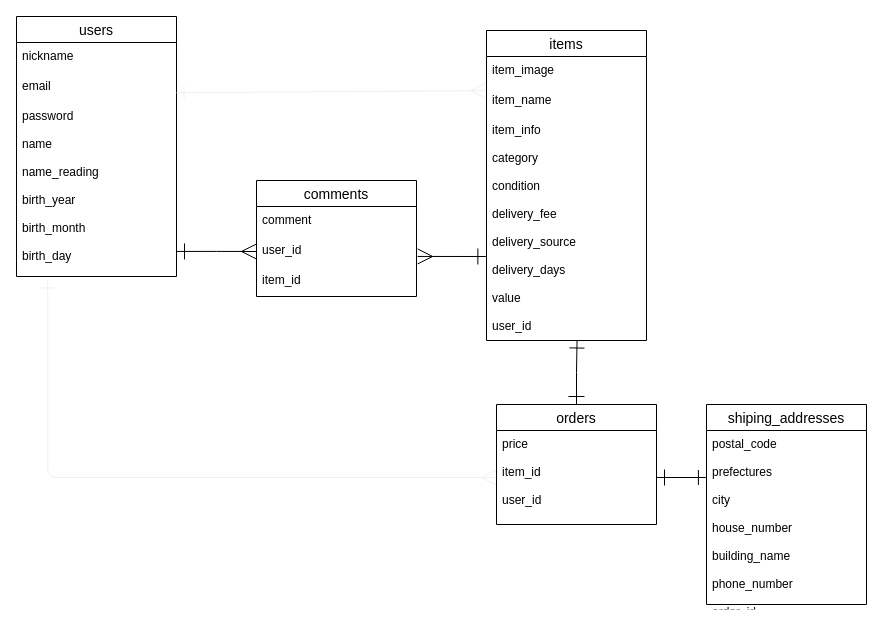
tsurukame1989/furima-29136 keeps this draw.io diagram as ER.dio. Above is the earlier version. Source tidied: cells renumbered, new cells numbered last; positions are measured from the earlier drawing's top-left corner, leaving out a move shared by most shapes. Both pictures are drawn from the tidied source at 100%, with x=0, y=0 at pixel (16, 16).
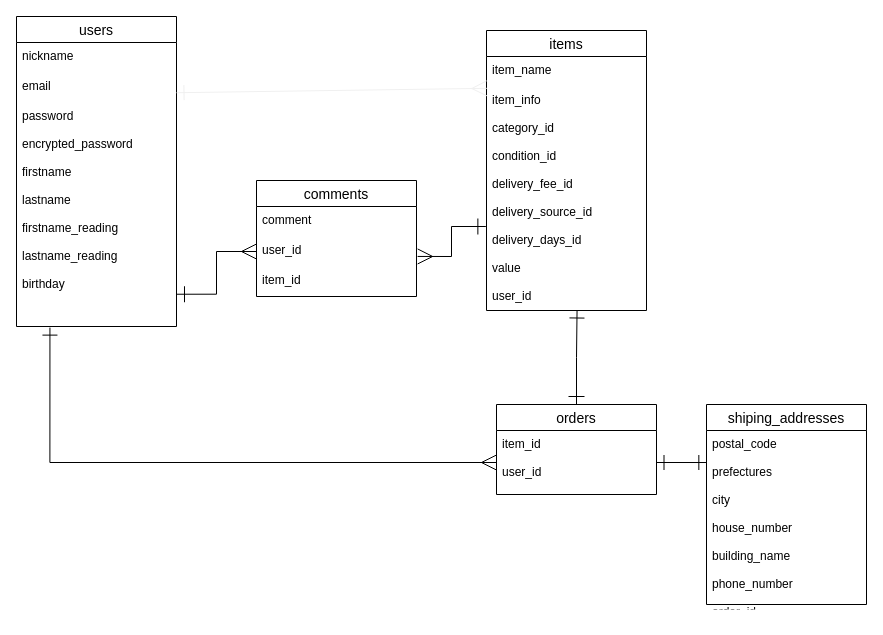
The same page after the edit.

Commit message (it also covers changes not shown here):
READMEテーブル設計#2

レビューで修正指示を貰った箇所の修正

Unchanged cells that the change refers to:
```xml
<mxCell id="12" value="email" style="text;strokeColor=none;fillColor=none;spacingLeft=4;spacingRight=4;overflow=hidden;points=[[0,0.5],[1,0.5]];portConstraint=eastwest;fontSize=12;" parent="10" vertex="1">
  <mxGeometry y="56" width="160" height="30" as="geometry" />
</mxCell>
<mxCell id="16" value="user_id" style="text;strokeColor=none;fillColor=none;spacingLeft=4;spacingRight=4;overflow=hidden;points=[[0,0.5],[1,0.5]];portConstraint=eastwest;fontSize=12;" parent="14" vertex="1">
  <mxGeometry y="56" width="160" height="30" as="geometry" />
</mxCell>
<mxCell id="20" value="postal_code&#10;&#10;prefectures&#10;&#10;city&#10;&#10;house_number&#10;&#10;building_name&#10;&#10;phone_number&#10;&#10;order_id" style="text;strokeColor=none;fillColor=none;spacingLeft=4;spacingRight=4;overflow=hidden;points=[[0,0.5],[1,0.5]];portConstraint=eastwest;fontSize=12;" parent="19" vertex="1">
  <mxGeometry y="26" width="160" height="174" as="geometry" />
</mxCell>
```

What changed in the source:
```diff
@@
-    <mxCell id="2" style="rounded=1;sketch=0;jumpStyle=none;jettySize=auto;html=1;startArrow=ERmany;startFill=0;endArrow=ERone;endFill=0;strokeColor=#f0f0f0;elbow=vertical;edgeStyle=orthogonalEdgeStyle;strokeWidth=1;targetPerimeterSpacing=1;sourcePerimeterSpacing=1;endSize=13;startSize=13;entryX=0.195;entryY=1.022;entryDx=0;entryDy=0;entryPerimeter=0;exitX=0;exitY=0.5;exitDx=0;exitDy=0;" parent="1" edge="1" source="5" target="13">
-      <mxGeometry relative="1" as="geometry">
-        <Array as="points">
-          <mxPoint x="31" y="461" />
-        </Array>
-      </mxGeometry>
-    </mxCell>
-    <mxCell id="3" style="edgeStyle=orthogonalEdgeStyle;rounded=0;jumpSize=6;jettySize=auto;html=1;exitX=0.5;exitY=0;exitDx=0;exitDy=0;startArrow=ERone;startFill=0;startSize=14;sourcePerimeterSpacing=1;endArrow=ERone;endFill=0;endSize=13;targetPerimeterSpacing=13;strokeWidth=1;entryX=0.566;entryY=1;entryDx=0;entryDy=0;entryPerimeter=0;" parent="1" edge="1" source="4" target="9">
+    <mxCell id="3" style="edgeStyle=orthogonalEdgeStyle;rounded=0;jumpSize=6;jettySize=auto;html=1;exitX=0.5;exitY=0;exitDx=0;exitDy=0;startArrow=ERone;startFill=0;startSize=14;sourcePerimeterSpacing=14;endArrow=ERone;endFill=0;endSize=13;targetPerimeterSpacing=13;strokeWidth=1;entryX=0.566;entryY=1;entryDx=0;entryDy=0;entryPerimeter=0;" parent="1" edge="1" source="4" target="9">
       <mxGeometry relative="1" as="geometry" />
     </mxCell>
     <mxCell id="4" value="orders" style="swimlane;fontStyle=0;horizontal=1;startSize=26;align=center;fontSize=14;" parent="1" vertex="1">
-      <mxGeometry x="480" y="388" width="160" height="120" as="geometry" />
+      <mxGeometry x="480" y="388" width="160" height="90" as="geometry" />
     </mxCell>
-    <mxCell id="5" value="price&#10;&#10;item_id&#10;&#10;user_id&#10;" style="text;strokeColor=none;fillColor=none;spacingLeft=4;spacingRight=4;overflow=hidden;points=[[0,0.5],[1,0.5]];portConstraint=eastwest;fontSize=12;" parent="4" vertex="1">
-      <mxGeometry y="26" width="160" height="94" as="geometry" />
+    <mxCell id="5" value="item_id&#10;&#10;user_id&#10;" style="text;strokeColor=none;fillColor=none;spacingLeft=4;spacingRight=4;overflow=hidden;points=[[0,0.5],[1,0.5]];portConstraint=eastwest;fontSize=12;" parent="4" vertex="1">
+      <mxGeometry y="26" width="160" height="64" as="geometry" />
     </mxCell>
     <mxCell id="6" value="items" style="swimlane;fontStyle=0;horizontal=1;startSize=26;align=center;fontSize=14;" parent="1" vertex="1">
-      <mxGeometry x="470" y="14" width="160" height="310" as="geometry" />
+      <mxGeometry x="470" y="14" width="160" height="280" as="geometry" />
     </mxCell>
-    <mxCell id="7" value="item_image" style="text;strokeColor=none;fillColor=none;spacingLeft=4;spacingRight=4;overflow=hidden;fontSize=12;" parent="6" vertex="1">
-      <mxGeometry y="26" width="160" height="30" as="geometry" />
-    </mxCell>
     <mxCell id="8" value="item_name" style="text;strokeColor=none;fillColor=none;spacingLeft=4;spacingRight=4;overflow=hidden;points=[[0,0.5],[1,0.5]];portConstraint=eastwest;fontSize=12;" parent="6" vertex="1">
-      <mxGeometry y="56" width="160" height="30" as="geometry" />
+      <mxGeometry y="26" width="160" height="30" as="geometry" />
     </mxCell>
-    <mxCell id="9" value="item_info&#10;&#10;category&#10;&#10;condition&#10;&#10;delivery_fee&#10;&#10;delivery_source&#10;&#10;delivery_days&#10;&#10;value&#10;&#10;user_id&#10;" style="text;strokeColor=none;fillColor=none;spacingLeft=4;spacingRight=4;overflow=hidden;points=[[0,0.5],[1,0.5]];portConstraint=eastwest;fontSize=12;" parent="6" vertex="1">
-      <mxGeometry y="86" width="160" height="224" as="geometry" />
+    <mxCell id="9" value="item_info&#10;&#10;category_id&#10;&#10;condition_id&#10;&#10;delivery_fee_id&#10;&#10;delivery_source_id&#10;&#10;delivery_days_id&#10;&#10;value&#10;&#10;user_id&#10;" style="text;strokeColor=none;fillColor=none;spacingLeft=4;spacingRight=4;overflow=hidden;points=[[0,0.5],[1,0.5]];portConstraint=eastwest;fontSize=12;" parent="6" vertex="1">
+      <mxGeometry y="56" width="160" height="224" as="geometry" />
     </mxCell>
     <mxCell id="10" value="users" style="swimlane;fontStyle=0;horizontal=1;startSize=26;align=center;fontSize=14;" parent="1" vertex="1">
-      <mxGeometry width="160" height="260" as="geometry" />
+      <mxGeometry width="160" height="310" as="geometry" />
     </mxCell>
@@
-    <mxCell id="13" value="password&#10;&#10;name&#10;&#10;name_reading&#10;&#10;birth_year&#10;&#10;birth_month&#10;&#10;birth_day" style="text;strokeColor=none;fillColor=none;spacingLeft=4;spacingRight=4;overflow=hidden;points=[[0,0.5],[1,0.5]];portConstraint=eastwest;fontSize=12;" parent="10" vertex="1">
-      <mxGeometry y="86" width="160" height="174" as="geometry" />
+    <mxCell id="13" value="password&#10;&#10;encrypted_password&#10;&#10;firstname&#10;&#10;lastname&#10;&#10;firstname_reading&#10;&#10;lastname_reading&#10;&#10;birthday" style="text;strokeColor=none;fillColor=none;spacingLeft=4;spacingRight=4;overflow=hidden;points=[[0,0.5],[1,0.5]];portConstraint=eastwest;fontSize=12;" parent="10" vertex="1">
+      <mxGeometry y="86" width="160" height="224" as="geometry" />
     </mxCell>
@@
-    <mxCell id="18" style="rounded=1;sketch=0;jumpStyle=none;jettySize=auto;html=1;startArrow=ERone;startFill=0;startSize=13;sourcePerimeterSpacing=1;endArrow=ERmany;endFill=0;endSize=13;targetPerimeterSpacing=1;strokeColor=#f0f0f0;strokeWidth=1;entryX=-0.007;entryY=0.137;entryDx=0;entryDy=0;entryPerimeter=0;exitX=1;exitY=0.674;exitDx=0;exitDy=0;exitPerimeter=0;" parent="1" edge="1" source="12" target="8">
+    <mxCell id="18" style="rounded=1;sketch=0;jumpStyle=none;jettySize=auto;html=1;startArrow=ERone;startFill=0;startSize=13;sourcePerimeterSpacing=1;endArrow=ERmany;endFill=0;endSize=13;targetPerimeterSpacing=1;strokeColor=#f0f0f0;strokeWidth=1;entryX=0.002;entryY=1.061;entryDx=0;entryDy=0;entryPerimeter=0;exitX=1;exitY=0.674;exitDx=0;exitDy=0;exitPerimeter=0;" parent="1" edge="1" source="12" target="8">
       <mxGeometry relative="1" as="geometry" />
     </mxCell>
@@
-    <mxCell id="21" style="edgeStyle=orthogonalEdgeStyle;rounded=0;jumpSize=6;jettySize=auto;html=1;exitX=1;exitY=0.856;exitDx=0;exitDy=0;entryX=0;entryY=0.5;entryDx=0;entryDy=0;startArrow=ERone;startFill=0;startSize=14;sourcePerimeterSpacing=1;endArrow=ERmany;endFill=0;endSize=13;targetPerimeterSpacing=13;strokeWidth=1;exitPerimeter=0;" parent="1" edge="1" source="13" target="16">
+    <mxCell id="21" style="edgeStyle=orthogonalEdgeStyle;rounded=0;jumpSize=6;jettySize=auto;html=1;exitX=1;exitY=0.856;exitDx=0;exitDy=0;entryX=0;entryY=0.5;entryDx=0;entryDy=0;startArrow=ERone;startFill=0;startSize=14;sourcePerimeterSpacing=13;endArrow=ERmany;endFill=0;endSize=13;targetPerimeterSpacing=13;strokeWidth=1;exitPerimeter=0;" parent="1" edge="1" source="13" target="16">
       <mxGeometry relative="1" as="geometry" />
     </mxCell>
-    <mxCell id="22" style="edgeStyle=orthogonalEdgeStyle;rounded=0;jumpSize=6;jettySize=auto;html=1;exitX=-0.004;exitY=0.625;exitDx=0;exitDy=0;entryX=1.007;entryY=0.665;entryDx=0;entryDy=0;entryPerimeter=0;startArrow=ERone;startFill=0;startSize=14;sourcePerimeterSpacing=1;endArrow=ERmany;endFill=0;endSize=13;targetPerimeterSpacing=13;strokeWidth=1;exitPerimeter=0;" parent="1" edge="1" source="9" target="16">
+    <mxCell id="22" style="edgeStyle=orthogonalEdgeStyle;rounded=0;jumpSize=6;jettySize=auto;html=1;exitX=-0.004;exitY=0.625;exitDx=0;exitDy=0;entryX=1.007;entryY=0.665;entryDx=0;entryDy=0;entryPerimeter=0;startArrow=ERone;startFill=0;startSize=14;sourcePerimeterSpacing=13;endArrow=ERmany;endFill=0;endSize=13;targetPerimeterSpacing=13;strokeWidth=1;exitPerimeter=0;" parent="1" edge="1" source="9" target="16">
       <mxGeometry relative="1" as="geometry" />
     </mxCell>
-    <mxCell id="23" style="edgeStyle=orthogonalEdgeStyle;rounded=0;jumpSize=6;jettySize=auto;html=1;exitX=1;exitY=0.5;exitDx=0;exitDy=0;startArrow=ERone;startFill=0;startSize=14;sourcePerimeterSpacing=1;endArrow=ERone;endFill=0;endSize=13;targetPerimeterSpacing=13;strokeWidth=1;entryX=-0.004;entryY=0.272;entryDx=0;entryDy=0;entryPerimeter=0;" parent="1" edge="1" source="5" target="20">
+    <mxCell id="23" style="rounded=0;jumpSize=6;jettySize=auto;html=1;exitX=1;exitY=0.5;exitDx=0;exitDy=0;startArrow=ERone;startFill=0;startSize=13;sourcePerimeterSpacing=13;endArrow=ERone;endFill=0;endSize=13;targetPerimeterSpacing=13;strokeWidth=1;entryX=-0.001;entryY=0.184;entryDx=0;entryDy=0;entryPerimeter=0;" parent="1" edge="1" source="5" target="20">
       <mxGeometry relative="1" as="geometry" />
     </mxCell>
+    <mxCell id="2" style="edgeStyle=orthogonalEdgeStyle;rounded=0;jumpSize=6;jettySize=auto;html=1;exitX=0;exitY=0.5;exitDx=0;exitDy=0;entryX=0.209;entryY=1.005;entryDx=0;entryDy=0;entryPerimeter=0;startArrow=ERmany;startFill=0;startSize=13;sourcePerimeterSpacing=13;endArrow=ERone;endFill=0;endSize=13;targetPerimeterSpacing=13;strokeWidth=1;" parent="1" edge="1" source="5" target="13">
+      <mxGeometry relative="1" as="geometry">
+        <Array as="points">
+          <mxPoint x="33" y="446" />
+        </Array>
+      </mxGeometry>
+    </mxCell>
```
